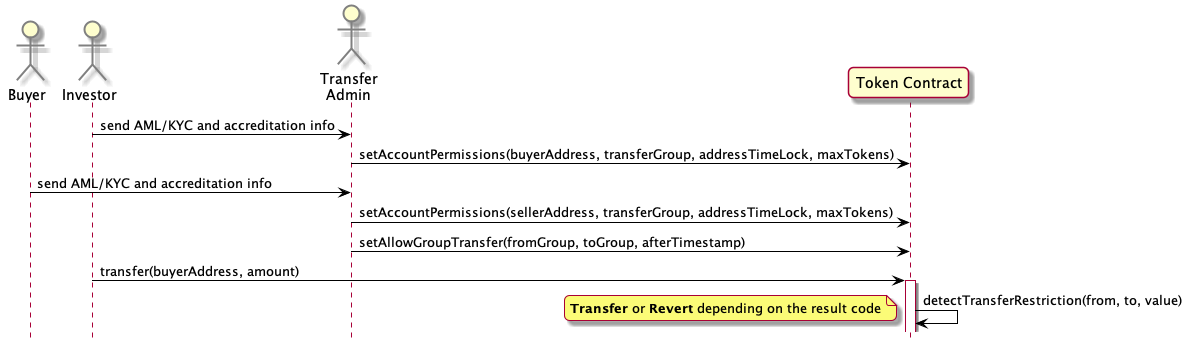
This is docs/plant-uml-diagrams/transfer-restrictions.png from melmel27/comakery, a PlantUML export, as it was before one commit.
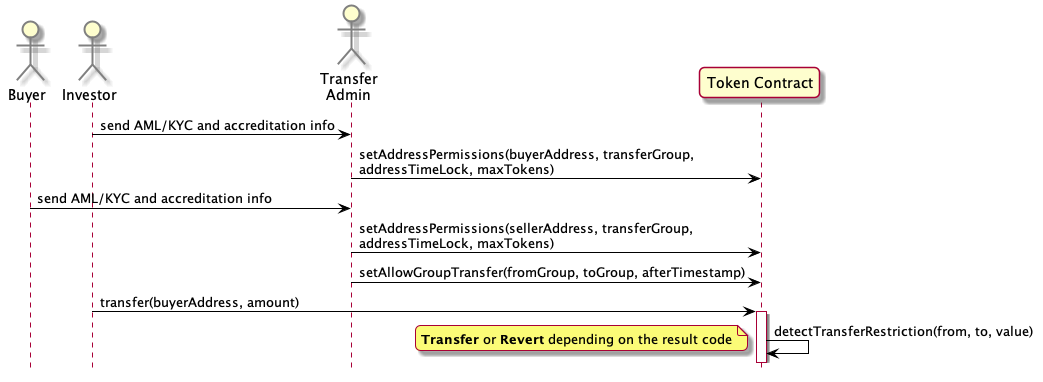
The same file after the commit.

Change to the diagram source:
```diff
@@ -11,11 +11,11 @@
 participant "Token Contract" as Token
 
 Investor -> TAdmin: send AML/KYC and accreditation info
-TAdmin -> Token: setAccountPermissions(buyerAddress, transferGroup, addressTimeLock, maxTokens)
+TAdmin -> Token: setAddressPermissions(buyerAddress, transferGroup,\naddressTimeLock, maxTokens)
 
 
 Buyer -> TAdmin: send AML/KYC and accreditation info
-TAdmin -> Token: setAccountPermissions(sellerAddress, transferGroup, addressTimeLock, maxTokens)
+TAdmin -> Token: setAddressPermissions(sellerAddress, transferGroup,\naddressTimeLock, maxTokens)
 TAdmin -> Token: setAllowGroupTransfer(fromGroup, toGroup, afterTimestamp)
 
 Investor -> Token: transfer(buyerAddress, amount)
```
